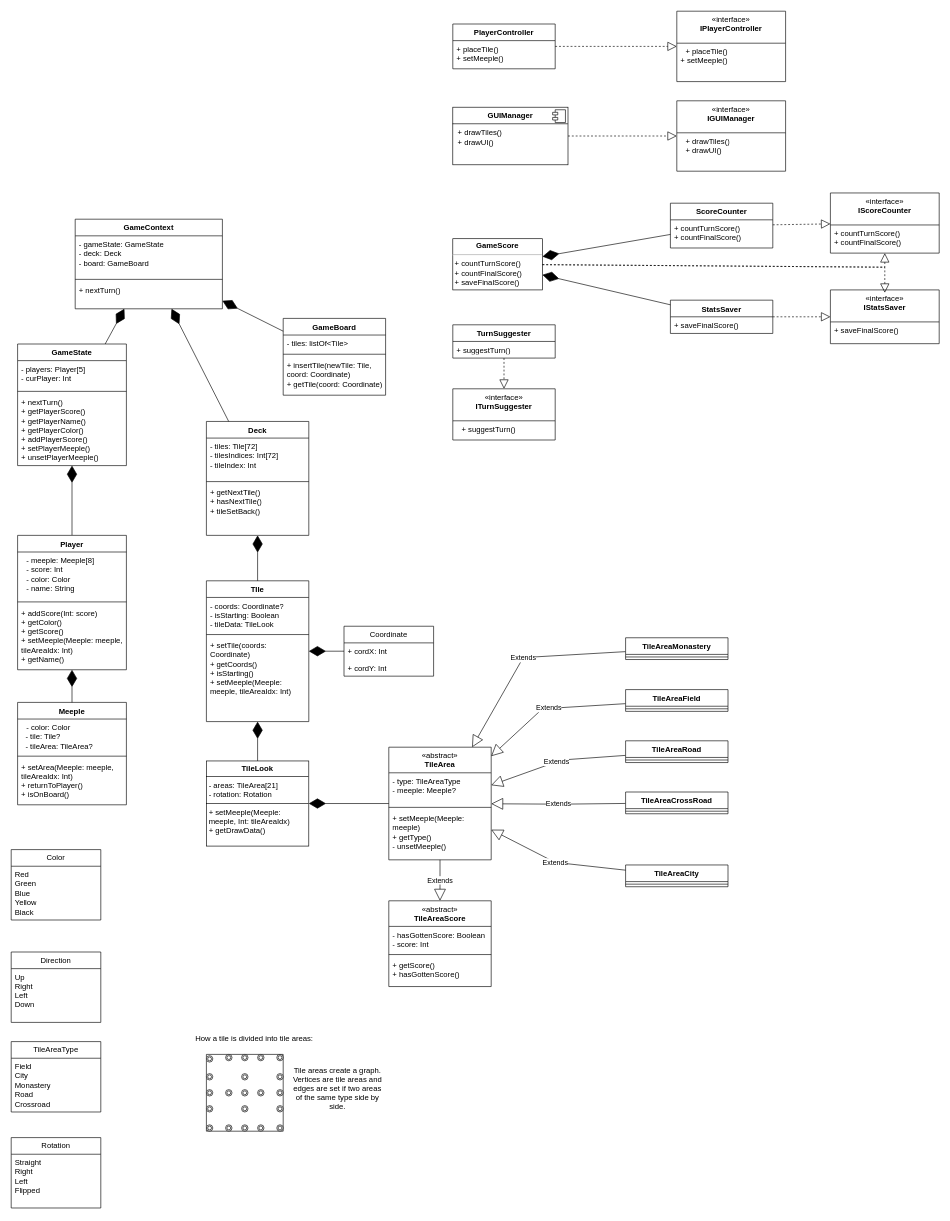
Above: docs/carcassone.drawio in energyc0/carcassone-spbu (draw.io), before the change. Source tidied: cells renumbered, new cells numbered last; positions are measured from the earlier drawing's top-left corner, leaving out a move shared by most shapes. Both pictures are drawn from the tidied source at 64%, with x=0, y=0 at pixel (11, 11).
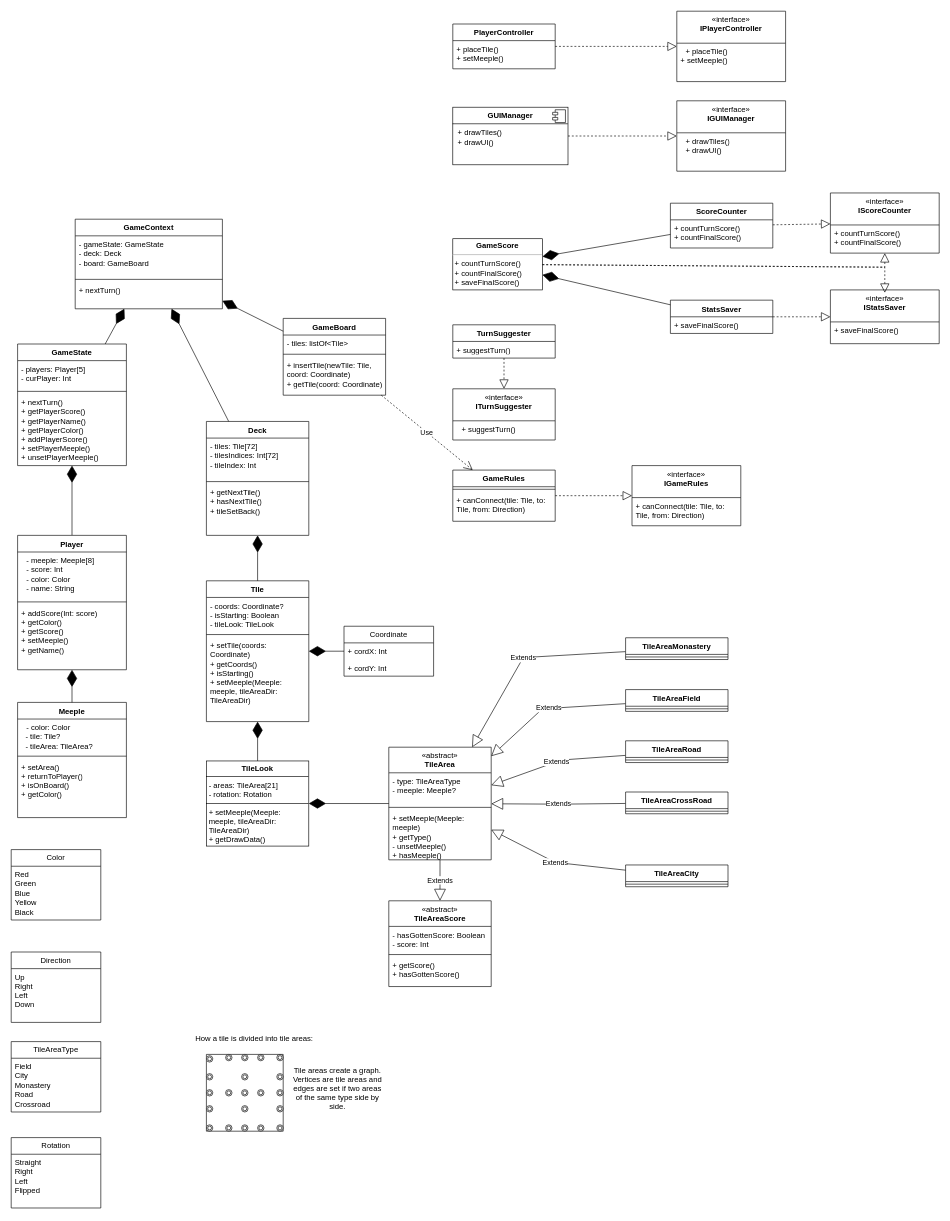
The same page after the edit.

Commit message (it also covers changes not shown here):
feat: GameBoard class, changed architecture of GameBoard

Unchanged cells that the change refers to:
```xml
<mxCell id="2" value="TIle" style="swimlane;fontStyle=1;align=center;verticalAlign=top;horizontal=1;startSize=26;whiteSpace=wrap;html=1;" parent="1" vertex="1">
  <mxGeometry x="305" y="890" width="160" height="220" as="geometry" />
</mxCell>
<mxCell id="6" value="&lt;div&gt;&lt;div&gt;&lt;span style=&quot;font-weight: 400;&quot;&gt;«abstract»&lt;/span&gt;&lt;/div&gt;&lt;/div&gt;TileArea&lt;div&gt;&lt;br&gt;&lt;/div&gt;" style="swimlane;fontStyle=1;align=center;verticalAlign=top;horizontal=1;startSize=40;whiteSpace=wrap;html=1;" parent="1" vertex="1">
  <mxGeometry x="590" y="1150" width="160" height="176" as="geometry" />
</mxCell>
<mxCell id="39" value="GameBoard" style="swimlane;fontStyle=1;align=center;verticalAlign=top;horizontal=1;startSize=26;whiteSpace=wrap;html=1;" parent="1" vertex="1">
  <mxGeometry x="425" y="480" width="160" height="120" as="geometry" />
</mxCell>
<mxCell id="64" value="Player" style="swimlane;fontStyle=1;align=center;verticalAlign=top;horizontal=1;startSize=26;whiteSpace=wrap;html=1;" parent="1" vertex="1">
  <mxGeometry x="10" y="819" width="170" height="210" as="geometry" />
</mxCell>
```

The edit, as a diff of the source:
```diff
@@
-    <mxCell id="3" value="&lt;div&gt;&lt;span style=&quot;background-color: transparent; color: light-dark(rgb(0, 0, 0), rgb(255, 255, 255));&quot;&gt;- coords: Coordinate?&lt;/span&gt;&lt;/div&gt;&lt;div&gt;- isStarting: Boolean&lt;/div&gt;&lt;div&gt;- tileData: TileLook&lt;/div&gt;" style="text;strokeColor=none;fillColor=none;align=left;verticalAlign=top;spacingLeft=4;spacingRight=4;overflow=hidden;whiteSpace=wrap;html=1;" parent="2" vertex="1">
+    <mxCell id="3" value="&lt;div&gt;&lt;span style=&quot;background-color: transparent; color: light-dark(rgb(0, 0, 0), rgb(255, 255, 255));&quot;&gt;- coords: Coordinate?&lt;/span&gt;&lt;/div&gt;&lt;div&gt;- isStarting: Boolean&lt;/div&gt;&lt;div&gt;- tileLook: TileLook&lt;/div&gt;" style="text;strokeColor=none;fillColor=none;align=left;verticalAlign=top;spacingLeft=4;spacingRight=4;overflow=hidden;whiteSpace=wrap;html=1;" parent="2" vertex="1">
       <mxGeometry y="26" width="160" height="54" as="geometry" />
     </mxCell>
@@
-    <mxCell id="5" value="&lt;div&gt;&lt;span style=&quot;background-color: transparent; color: light-dark(rgb(0, 0, 0), rgb(255, 255, 255));&quot;&gt;+ setTile(coords: Coordinate)&lt;/span&gt;&lt;/div&gt;&lt;div&gt;+ getCoords()&lt;/div&gt;&lt;div&gt;+ isStarting()&lt;/div&gt;&lt;div&gt;+ setMeeple(Meeple: meeple, tileAreaIdx: Int)&lt;/div&gt;" style="text;strokeColor=none;fillColor=none;align=left;verticalAlign=top;spacingLeft=4;spacingRight=4;overflow=hidden;whiteSpace=wrap;html=1;" parent="2" vertex="1">
+    <mxCell id="5" value="&lt;div&gt;&lt;span style=&quot;background-color: transparent; color: light-dark(rgb(0, 0, 0), rgb(255, 255, 255));&quot;&gt;+ setTile(coords: Coordinate)&lt;/span&gt;&lt;/div&gt;&lt;div&gt;+ getCoords()&lt;/div&gt;&lt;div&gt;+ isStarting()&lt;/div&gt;&lt;div&gt;+ setMeeple(Meeple: meeple, tileAreaDir: TileAreaDir)&lt;/div&gt;" style="text;strokeColor=none;fillColor=none;align=left;verticalAlign=top;spacingLeft=4;spacingRight=4;overflow=hidden;whiteSpace=wrap;html=1;" parent="2" vertex="1">
       <mxGeometry y="88" width="160" height="132" as="geometry" />
     </mxCell>
@@
-    <mxCell id="9" value="&lt;div&gt;+ setMeeple(Meeple: meeple)&lt;/div&gt;&lt;div&gt;&lt;span style=&quot;background-color: transparent; color: light-dark(rgb(0, 0, 0), rgb(255, 255, 255));&quot;&gt;+ getType()&lt;/span&gt;&lt;/div&gt;&lt;div&gt;- unsetMeeple()&lt;span style=&quot;background-color: transparent; color: light-dark(rgb(0, 0, 0), rgb(255, 255, 255));&quot;&gt;&lt;/span&gt;&lt;/div&gt;" style="text;strokeColor=none;fillColor=none;align=left;verticalAlign=top;spacingLeft=4;spacingRight=4;overflow=hidden;whiteSpace=wrap;html=1;" parent="6" vertex="1">
+    <mxCell id="9" value="&lt;div&gt;+ setMeeple(Meeple: meeple)&lt;/div&gt;&lt;div&gt;&lt;span style=&quot;background-color: transparent; color: light-dark(rgb(0, 0, 0), rgb(255, 255, 255));&quot;&gt;+ getType()&lt;/span&gt;&lt;/div&gt;&lt;div&gt;- unsetMeeple()&lt;span style=&quot;background-color: transparent; color: light-dark(rgb(0, 0, 0), rgb(255, 255, 255));&quot;&gt;&lt;/span&gt;&lt;/div&gt;&lt;div&gt;+ hasMeeple()&lt;/div&gt;" style="text;strokeColor=none;fillColor=none;align=left;verticalAlign=top;spacingLeft=4;spacingRight=4;overflow=hidden;whiteSpace=wrap;html=1;" parent="6" vertex="1">
       <mxGeometry y="98" width="160" height="78" as="geometry" />
     </mxCell>
@@
     <mxCell id="55" value="Meeple" style="swimlane;fontStyle=1;align=center;verticalAlign=top;horizontal=1;startSize=26;whiteSpace=wrap;html=1;" parent="1" vertex="1">
-      <mxGeometry x="10" y="1080" width="170" height="160" as="geometry" />
+      <mxGeometry x="10" y="1080" width="170" height="180" as="geometry" />
     </mxCell>
@@
-    <mxCell id="58" value="&lt;div&gt;+ setArea(Meeple: meeple, tileAreaIdx: Int)&lt;/div&gt;&lt;div&gt;+ returnToPlayer()&lt;/div&gt;&lt;div&gt;+ isOnBoard()&lt;/div&gt;" style="text;strokeColor=none;fillColor=none;align=left;verticalAlign=top;spacingLeft=4;spacingRight=4;overflow=hidden;whiteSpace=wrap;html=1;" parent="55" vertex="1">
-      <mxGeometry y="88" width="170" height="72" as="geometry" />
+    <mxCell id="58" value="&lt;div&gt;+ setArea()&lt;/div&gt;&lt;div&gt;+ returnToPlayer()&lt;/div&gt;&lt;div&gt;+ isOnBoard()&lt;/div&gt;&lt;div&gt;+ getColor()&lt;/div&gt;" style="text;strokeColor=none;fillColor=none;align=left;verticalAlign=top;spacingLeft=4;spacingRight=4;overflow=hidden;whiteSpace=wrap;html=1;" parent="55" vertex="1">
+      <mxGeometry y="88" width="170" height="92" as="geometry" />
     </mxCell>
@@
-    <mxCell id="67" value="&lt;div&gt;+ addScore(Int: score)&lt;/div&gt;&lt;div&gt;+ getColor()&lt;/div&gt;&lt;div&gt;+ getScore()&lt;/div&gt;&lt;div&gt;&lt;span style=&quot;background-color: transparent; color: light-dark(rgb(0, 0, 0), rgb(255, 255, 255));&quot;&gt;+ setMeeple(Meeple: meeple, tileAreaIdx: Int)&lt;/span&gt;&lt;/div&gt;&lt;div&gt;&lt;span style=&quot;background-color: transparent; color: light-dark(rgb(0, 0, 0), rgb(255, 255, 255));&quot;&gt;+ getName()&lt;/span&gt;&lt;/div&gt;" style="text;strokeColor=none;fillColor=none;align=left;verticalAlign=top;spacingLeft=4;spacingRight=4;overflow=hidden;whiteSpace=wrap;html=1;" parent="64" vertex="1">
+    <mxCell id="67" value="&lt;div&gt;+ addScore(Int: score)&lt;/div&gt;&lt;div&gt;+ getColor()&lt;/div&gt;&lt;div&gt;+ getScore()&lt;/div&gt;&lt;div&gt;&lt;span style=&quot;background-color: transparent; color: light-dark(rgb(0, 0, 0), rgb(255, 255, 255));&quot;&gt;+ setMeeple()&lt;/span&gt;&lt;/div&gt;&lt;div&gt;&lt;span style=&quot;background-color: transparent; color: light-dark(rgb(0, 0, 0), rgb(255, 255, 255));&quot;&gt;+ getName()&lt;/span&gt;&lt;/div&gt;" style="text;strokeColor=none;fillColor=none;align=left;verticalAlign=top;spacingLeft=4;spacingRight=4;overflow=hidden;whiteSpace=wrap;html=1;" parent="64" vertex="1">
       <mxGeometry y="108" width="170" height="102" as="geometry" />
     </mxCell>
@@
-    <mxCell id="112" value="&lt;p style=&quot;margin:0px;margin-top:4px;text-align:center;&quot;&gt;&lt;b&gt;TileLook&lt;/b&gt;&lt;/p&gt;&lt;hr size=&quot;1&quot; style=&quot;border-style:solid;&quot;&gt;&lt;p style=&quot;margin:0px;margin-left:4px;&quot;&gt;&lt;span style=&quot;background-color: transparent; color: light-dark(rgb(0, 0, 0), rgb(255, 255, 255));&quot;&gt;- areas: TileArea[21]&lt;/span&gt;&lt;/p&gt;&lt;p style=&quot;margin:0px;margin-left:4px;&quot;&gt;&lt;span style=&quot;background-color: transparent; color: light-dark(rgb(0, 0, 0), rgb(255, 255, 255));&quot;&gt;- rotation: Rotation&lt;/span&gt;&lt;/p&gt;&lt;hr size=&quot;1&quot; style=&quot;border-style:solid;&quot;&gt;&lt;p style=&quot;margin:0px;margin-left:4px;&quot;&gt;+ setMeeple(Meeple: meeple, Int: tileAreaIdx)&lt;/p&gt;&lt;p style=&quot;margin:0px;margin-left:4px;&quot;&gt;+ getDrawData()&lt;/p&gt;" style="verticalAlign=top;align=left;overflow=fill;html=1;whiteSpace=wrap;" parent="1" vertex="1">
+    <mxCell id="112" value="&lt;p style=&quot;margin:0px;margin-top:4px;text-align:center;&quot;&gt;&lt;b&gt;TileLook&lt;/b&gt;&lt;/p&gt;&lt;hr size=&quot;1&quot; style=&quot;border-style:solid;&quot;&gt;&lt;p style=&quot;margin:0px;margin-left:4px;&quot;&gt;&lt;span style=&quot;background-color: transparent; color: light-dark(rgb(0, 0, 0), rgb(255, 255, 255));&quot;&gt;- areas: TileArea[21]&lt;/span&gt;&lt;/p&gt;&lt;p style=&quot;margin:0px;margin-left:4px;&quot;&gt;&lt;span style=&quot;background-color: transparent; color: light-dark(rgb(0, 0, 0), rgb(255, 255, 255));&quot;&gt;- rotation: Rotation&lt;/span&gt;&lt;/p&gt;&lt;hr size=&quot;1&quot; style=&quot;border-style:solid;&quot;&gt;&lt;p style=&quot;margin:0px;margin-left:4px;&quot;&gt;+ setMeeple(Meeple: meeple, tileAreaDir: TileAreaDir)&lt;/p&gt;&lt;p style=&quot;margin:0px;margin-left:4px;&quot;&gt;+ getDrawData()&lt;/p&gt;" style="verticalAlign=top;align=left;overflow=fill;html=1;whiteSpace=wrap;" parent="1" vertex="1">
       <mxGeometry x="305" y="1171.5" width="160" height="133" as="geometry" />
     </mxCell>
@@
+    <mxCell id="129" value="GameRules" style="swimlane;fontStyle=1;align=center;verticalAlign=top;horizontal=1;startSize=26;whiteSpace=wrap;html=1;" parent="1" vertex="1">
+      <mxGeometry x="690" y="717" width="160" height="80" as="geometry" />
+    </mxCell>
+    <mxCell id="130" style="line;strokeWidth=1;fillColor=none;align=left;verticalAlign=middle;spacingTop=-1;spacingLeft=3;spacingRight=3;labelPosition=right;strokeColor=inherit;" parent="129" vertex="1">
+      <mxGeometry y="26" width="160" height="8" as="geometry" />
+    </mxCell>
+    <mxCell id="131" value="+ canConnect(tile: Tile, to: Tile, from: Direction)" style="text;strokeColor=none;fillColor=none;align=left;verticalAlign=top;spacingLeft=4;spacingRight=4;overflow=hidden;whiteSpace=wrap;html=1;" parent="129" vertex="1">
+      <mxGeometry y="34" width="160" height="46" as="geometry" />
+    </mxCell>
+    <mxCell id="132" value="&lt;div&gt;&lt;span style=&quot;font-weight: 400;&quot;&gt;«interface»&lt;/span&gt;&lt;/div&gt;IGameRules" style="swimlane;fontStyle=1;align=center;verticalAlign=top;horizontal=1;startSize=50;whiteSpace=wrap;html=1;" parent="1" vertex="1">
+      <mxGeometry x="970" y="710" width="170" height="94" as="geometry" />
+    </mxCell>
+    <mxCell id="133" value="+ canConnect(tile: Tile, to: Tile, from: Direction)" style="text;strokeColor=none;fillColor=none;align=left;verticalAlign=top;spacingLeft=4;spacingRight=4;overflow=hidden;whiteSpace=wrap;html=1;" parent="132" vertex="1">
+      <mxGeometry y="50" width="170" height="44" as="geometry" />
+    </mxCell>
+    <mxCell id="134" style="endArrow=block;dashed=1;endFill=0;endSize=12;html=1;rounded=0;" parent="1" edge="1" source="129" target="132">
+      <mxGeometry relative="1" as="geometry" />
+    </mxCell>
+    <mxCell id="135" value="Use" style="endArrow=open;endSize=12;dashed=1;html=1;rounded=0;" parent="1" edge="1" source="39" target="129">
+      <mxGeometry relative="1" as="geometry" />
+    </mxCell>
```
